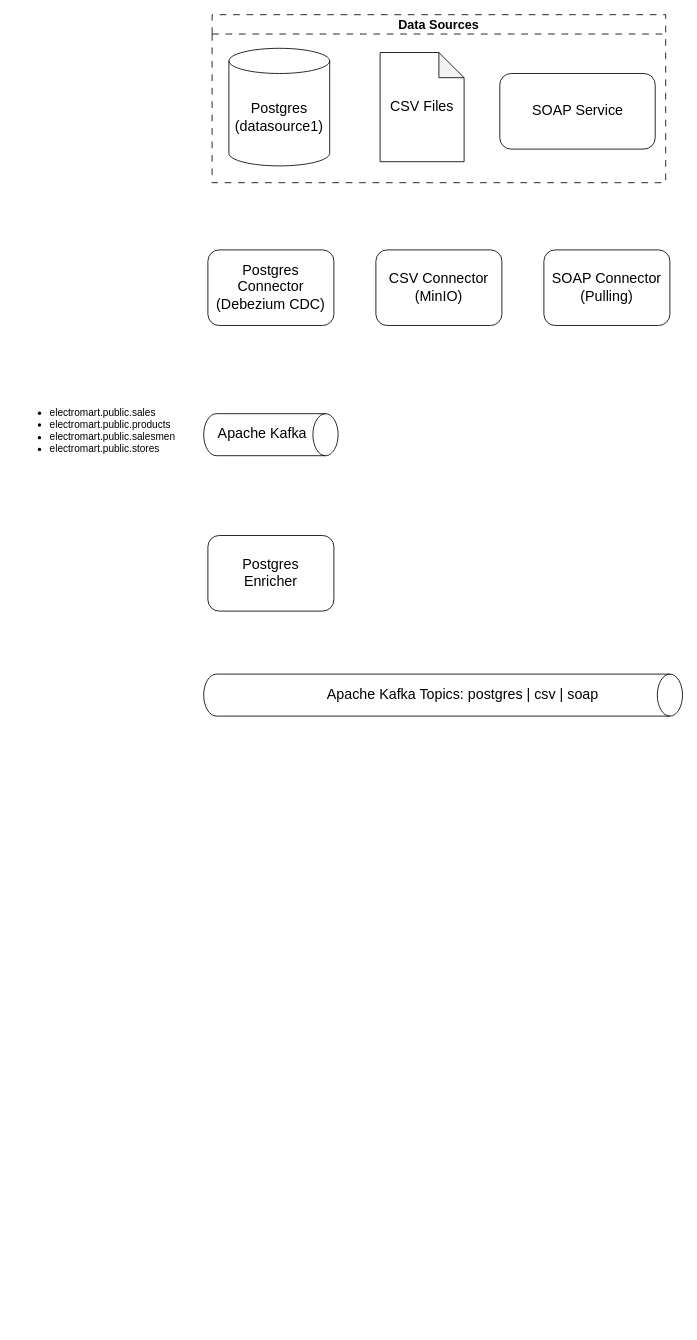
Above: data/salesman-kata-v2/diagrams/solutions.drawio in codegik/team-red (draw.io), before the change. Source tidied: cells renumbered, new cells numbered last; positions are measured from the earlier drawing's top-left corner, leaving out a move shared by most shapes. Both pictures are drawn from the tidied source at 84%, with x=0, y=0 at pixel (14, 14).
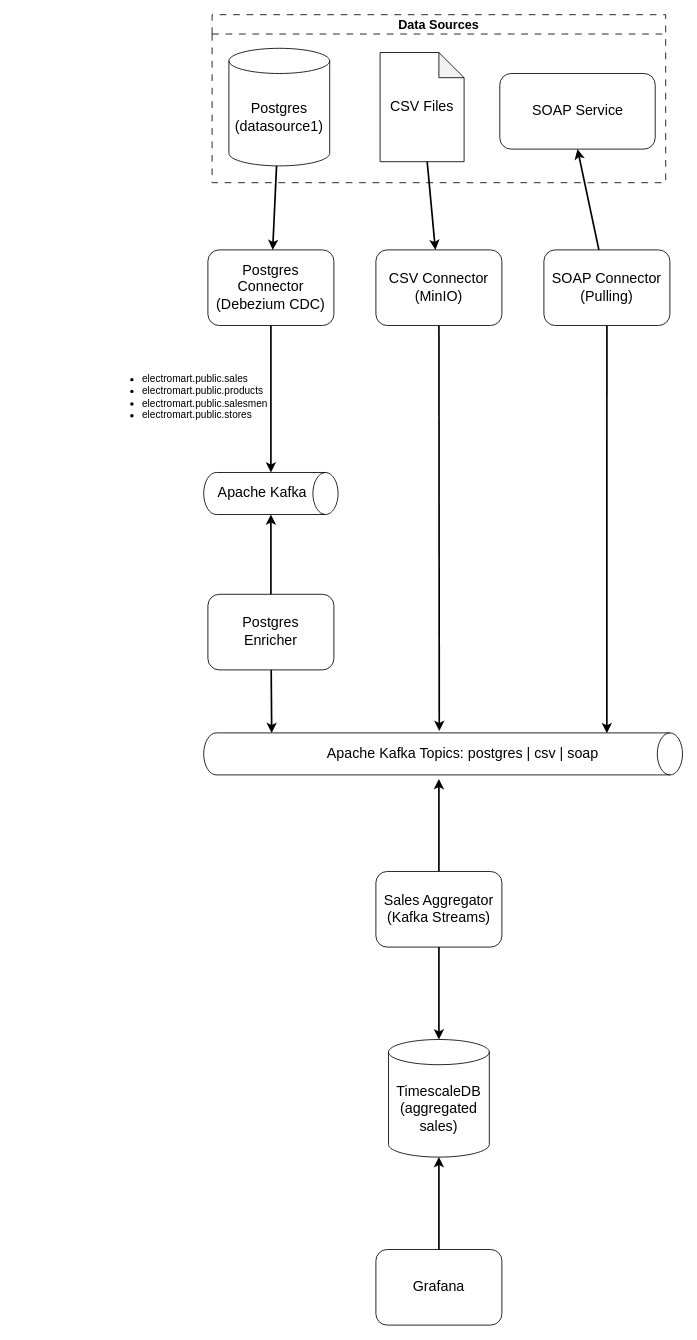
The same diagram, later.

Unchanged cells that the change refers to:
```xml
<mxCell id="3" value="&lt;font style=&quot;font-size: 17px;&quot;&gt;Postgres&lt;/font&gt;&lt;div&gt;&lt;font style=&quot;font-size: 17px;&quot;&gt;(datasource1)&lt;/font&gt;&lt;/div&gt;" style="shape=cylinder3;whiteSpace=wrap;html=1;boundedLbl=1;backgroundOutline=1;size=15;" parent="2" vertex="1">
  <mxGeometry x="20" y="40" width="120" height="140" as="geometry" />
</mxCell>
<mxCell id="4" value="&lt;font style=&quot;font-size: 17px;&quot;&gt;CSV Files&lt;/font&gt;" style="shape=note;whiteSpace=wrap;html=1;backgroundOutline=1;darkOpacity=0.05;" parent="2" vertex="1">
  <mxGeometry x="200" y="45" width="100" height="130" as="geometry" />
</mxCell>
<mxCell id="5" value="&lt;font style=&quot;font-size: 17px;&quot;&gt;SOAP Service&lt;/font&gt;" style="rounded=1;whiteSpace=wrap;html=1;" parent="2" vertex="1">
  <mxGeometry x="342.5" y="70" width="185" height="90" as="geometry" />
</mxCell>
<mxCell id="6" value="&lt;font style=&quot;font-size: 17px;&quot;&gt;Postgres Connector&lt;/font&gt;&lt;div&gt;&lt;font style=&quot;font-size: 17px;&quot;&gt;(Debezium CDC)&lt;/font&gt;&lt;/div&gt;" style="rounded=1;whiteSpace=wrap;html=1;" parent="1" vertex="1">
  <mxGeometry x="230" y="280" width="150" height="90" as="geometry" />
</mxCell>
<mxCell id="8" value="&lt;font style=&quot;font-size: 17px;&quot;&gt;CSV Connector&lt;/font&gt;&lt;div&gt;&lt;font style=&quot;font-size: 17px;&quot;&gt;(MinIO)&lt;/font&gt;&lt;/div&gt;" style="rounded=1;whiteSpace=wrap;html=1;" parent="1" vertex="1">
  <mxGeometry x="430" y="280" width="150" height="90" as="geometry" />
</mxCell>
<mxCell id="9" value="&lt;span style=&quot;font-size: 17px;&quot;&gt;SOAP Connector&lt;/span&gt;&lt;div&gt;&lt;span style=&quot;font-size: 17px;&quot;&gt;(Pulling)&lt;/span&gt;&lt;/div&gt;" style="rounded=1;whiteSpace=wrap;html=1;" parent="1" vertex="1">
  <mxGeometry x="630" y="280" width="150" height="90" as="geometry" />
</mxCell>
```

What changed in the source:
```diff
@@
     <mxCell id="7" value="&lt;font style=&quot;font-size: 17px;&quot;&gt;Postgres&lt;/font&gt;&lt;div&gt;&lt;font style=&quot;font-size: 17px;&quot;&gt;Enricher&lt;/font&gt;&lt;/div&gt;" style="rounded=1;whiteSpace=wrap;html=1;" parent="1" vertex="1">
-      <mxGeometry x="230" y="620" width="150" height="90" as="geometry" />
+      <mxGeometry x="230" y="690" width="150" height="90" as="geometry" />
     </mxCell>
@@
+    <mxCell id="15" style="edgeStyle=none;html=1;entryX=0.5;entryY=1;entryDx=0;entryDy=0;strokeWidth=2;" parent="1" edge="1" source="9" target="5">
+      <mxGeometry relative="1" as="geometry" />
+    </mxCell>
+    <mxCell id="16" style="edgeStyle=none;html=1;entryX=0.008;entryY=0.158;entryDx=0;entryDy=0;entryPerimeter=0;strokeWidth=2;" parent="1" edge="1" source="9" target="13">
+      <mxGeometry relative="1" as="geometry" />
+    </mxCell>
@@
     <mxCell id="10" style="shape=cylinder3;whiteSpace=wrap;html=1;boundedLbl=1;backgroundOutline=1;size=15;rotation=90;" parent="1" vertex="1">
-      <mxGeometry x="280" y="420" width="50" height="160" as="geometry" />
+      <mxGeometry x="280" y="490" width="50" height="160" as="geometry" />
     </mxCell>
     <mxCell id="11" value="&lt;font style=&quot;font-size: 17px;&quot;&gt;Apache Kafka&lt;/font&gt;" style="text;html=1;align=center;verticalAlign=middle;whiteSpace=wrap;rounded=0;" parent="1" vertex="1">
-      <mxGeometry x="240" y="485" width="110" height="30" as="geometry" />
+      <mxGeometry x="240" y="555" width="110" height="30" as="geometry" />
     </mxCell>
-    <mxCell id="12" value="&lt;ul&gt;&lt;li&gt;&lt;font style=&quot;color: rgb(0, 0, 0);&quot;&gt;electromart.public.sales&lt;/font&gt;&lt;/li&gt;&lt;li&gt;&lt;font style=&quot;color: rgb(0, 0, 0);&quot;&gt;electromart.public.products&lt;/font&gt;&lt;/li&gt;&lt;li&gt;&lt;font style=&quot;color: rgb(0, 0, 0);&quot;&gt;electromart.public.salesmen&lt;/font&gt;&lt;/li&gt;&lt;li&gt;&lt;font style=&quot;color: rgb(0, 0, 0);&quot;&gt;electromart.public.stores&lt;/font&gt;&lt;/li&gt;&lt;/ul&gt;" style="text;html=1;align=left;verticalAlign=middle;whiteSpace=wrap;rounded=0;" parent="1" vertex="1">
-      <mxGeometry y="460" width="210" height="70" as="geometry" />
-    </mxCell>
     <mxCell id="13" style="shape=cylinder3;whiteSpace=wrap;html=1;boundedLbl=1;backgroundOutline=1;size=15;rotation=90;" parent="1" vertex="1">
-      <mxGeometry x="485" y="525" width="50" height="570" as="geometry" />
+      <mxGeometry x="485" y="595" width="50" height="570" as="geometry" />
     </mxCell>
     <mxCell id="14" value="&lt;font style=&quot;font-size: 17px;&quot;&gt;Apache Kafka Topics: postgres | csv | soap&lt;/font&gt;" style="text;html=1;align=left;verticalAlign=middle;whiteSpace=wrap;rounded=0;" parent="1" vertex="1">
-      <mxGeometry x="370" y="795" width="340" height="30" as="geometry" />
+      <mxGeometry x="370" y="865" width="340" height="30" as="geometry" />
     </mxCell>
+    <mxCell id="17" style="edgeStyle=none;html=1;strokeWidth=2;" parent="1" edge="1" source="4" target="8">
+      <mxGeometry relative="1" as="geometry" />
+    </mxCell>
+    <mxCell id="18" style="edgeStyle=none;html=1;strokeWidth=2;" parent="1" edge="1" source="3" target="6">
+      <mxGeometry relative="1" as="geometry" />
+    </mxCell>
+    <mxCell id="19" style="edgeStyle=none;html=1;entryX=0;entryY=0.5;entryDx=0;entryDy=0;entryPerimeter=0;strokeWidth=2;" parent="1" edge="1" source="6" target="10">
+      <mxGeometry relative="1" as="geometry" />
+    </mxCell>
+    <mxCell id="20" style="edgeStyle=none;html=1;entryX=1;entryY=0.5;entryDx=0;entryDy=0;entryPerimeter=0;strokeWidth=2;" parent="1" edge="1" source="7" target="10">
+      <mxGeometry relative="1" as="geometry" />
+    </mxCell>
+    <mxCell id="21" style="edgeStyle=none;html=1;strokeWidth=2;entryX=-0.047;entryY=0.508;entryDx=0;entryDy=0;entryPerimeter=0;" parent="1" edge="1" source="8" target="13">
+      <mxGeometry relative="1" as="geometry" />
+    </mxCell>
+    <mxCell id="22" style="edgeStyle=none;html=1;entryX=0.001;entryY=0.858;entryDx=0;entryDy=0;entryPerimeter=0;strokeWidth=2;" parent="1" edge="1" source="7" target="13">
+      <mxGeometry relative="1" as="geometry" />
+    </mxCell>
+    <mxCell id="23" style="edgeStyle=none;html=1;strokeWidth=2;" parent="1" edge="1" source="24">
+      <mxGeometry relative="1" as="geometry">
+        <mxPoint x="505" y="910" as="targetPoint" />
+      </mxGeometry>
+    </mxCell>
+    <mxCell id="24" value="&lt;span style=&quot;font-size: 17px;&quot;&gt;Sales Aggregator&lt;/span&gt;&lt;div&gt;&lt;span style=&quot;font-size: 17px;&quot;&gt;(Kafka Streams)&lt;/span&gt;&lt;/div&gt;" style="rounded=1;whiteSpace=wrap;html=1;" parent="1" vertex="1">
+      <mxGeometry x="430" y="1020" width="150" height="90" as="geometry" />
+    </mxCell>
+    <mxCell id="12" value="&lt;ul&gt;&lt;li&gt;&lt;font style=&quot;color: rgb(0, 0, 0);&quot;&gt;electromart.public.sales&lt;/font&gt;&lt;/li&gt;&lt;li&gt;&lt;font style=&quot;color: rgb(0, 0, 0);&quot;&gt;electromart.public.products&lt;/font&gt;&lt;/li&gt;&lt;li&gt;&lt;font style=&quot;color: rgb(0, 0, 0);&quot;&gt;electromart.public.salesmen&lt;/font&gt;&lt;/li&gt;&lt;li&gt;&lt;font style=&quot;color: rgb(0, 0, 0);&quot;&gt;electromart.public.stores&lt;/font&gt;&lt;/li&gt;&lt;/ul&gt;" style="text;html=1;align=left;verticalAlign=middle;whiteSpace=wrap;rounded=0;" parent="1" vertex="1">
+      <mxGeometry x="110" y="420" width="210" height="70" as="geometry" />
+    </mxCell>
+    <mxCell id="25" value="&lt;font style=&quot;font-size: 17px;&quot;&gt;TimescaleDB&lt;/font&gt;&lt;div&gt;&lt;font style=&quot;font-size: 17px;&quot;&gt;(aggregated sales)&lt;/font&gt;&lt;/div&gt;" style="shape=cylinder3;whiteSpace=wrap;html=1;boundedLbl=1;backgroundOutline=1;size=15;" parent="1" vertex="1">
+      <mxGeometry x="445" y="1220" width="120" height="140" as="geometry" />
+    </mxCell>
+    <mxCell id="26" value="&lt;span style=&quot;font-size: 17px;&quot;&gt;Grafana&lt;/span&gt;" style="rounded=1;whiteSpace=wrap;html=1;" parent="1" vertex="1">
+      <mxGeometry x="430" y="1470" width="150" height="90" as="geometry" />
+    </mxCell>
+    <mxCell id="27" style="edgeStyle=none;html=1;entryX=0.5;entryY=1;entryDx=0;entryDy=0;entryPerimeter=0;strokeWidth=2;" parent="1" edge="1" source="26" target="25">
+      <mxGeometry relative="1" as="geometry" />
+    </mxCell>
+    <mxCell id="28" style="edgeStyle=none;html=1;entryX=0.5;entryY=0;entryDx=0;entryDy=0;entryPerimeter=0;strokeWidth=2;" parent="1" edge="1" source="24" target="25">
+      <mxGeometry relative="1" as="geometry" />
+    </mxCell>
```
